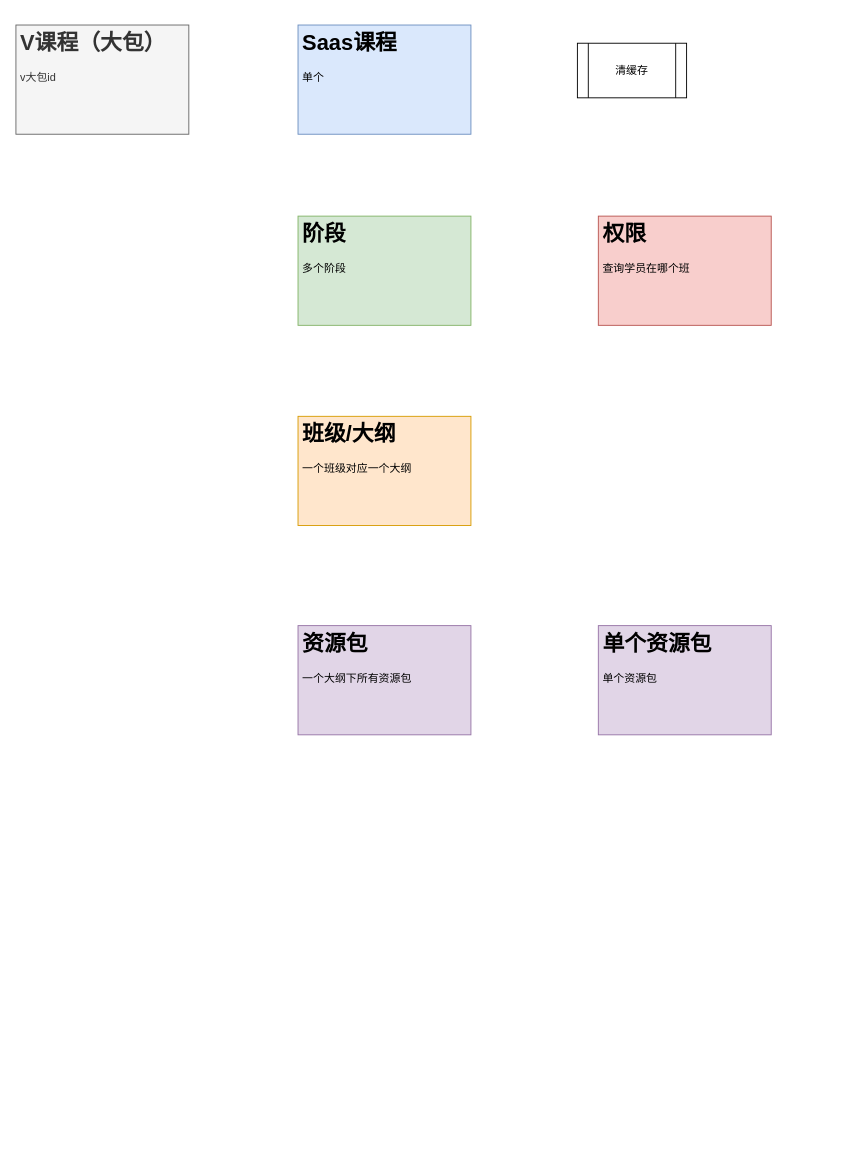
Before: Untitled Diagram.drawio in haiyanqi/frontTechnology_BaiDu_Yan, a draw.io diagram. Source tidied: cells renumbered, new cells numbered last; positions are measured from the earlier drawing's top-left corner, leaving out a move shared by most shapes. Both pictures are drawn from the tidied source at 91%, with x=0, y=0 at pixel (15, 25).
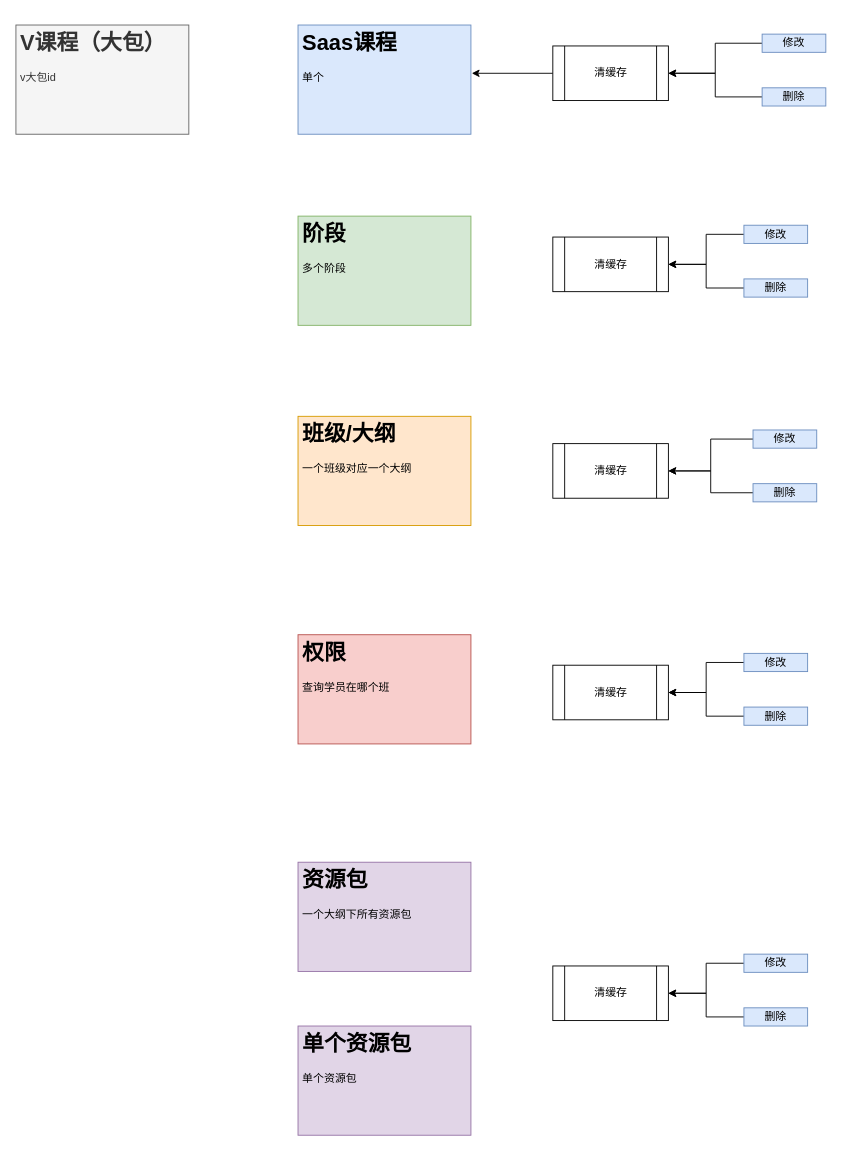
The same page after the edit.

The change refers to these unchanged cells:
```xml
<mxCell id="3" value="&lt;h1&gt;Saas课程&lt;/h1&gt;&lt;p&gt;单个&lt;/p&gt;" style="text;html=1;strokeColor=#6c8ebf;fillColor=#dae8fc;spacing=5;spacingTop=-20;whiteSpace=wrap;overflow=hidden;rounded=0;" parent="1" vertex="1">
  <mxGeometry x="310" width="190" height="120" as="geometry" />
</mxCell>
```

What changed in the source:
```diff
@@
     <mxCell id="6" value="&lt;h1&gt;权限&lt;/h1&gt;&lt;p&gt;查询学员在哪个班&lt;/p&gt;" style="text;html=1;strokeColor=#b85450;fillColor=#f8cecc;spacing=5;spacingTop=-20;whiteSpace=wrap;overflow=hidden;rounded=0;" parent="1" vertex="1">
-      <mxGeometry x="640" y="210" width="190" height="120" as="geometry" />
+      <mxGeometry x="310" y="670" width="190" height="120" as="geometry" />
     </mxCell>
     <mxCell id="7" value="&lt;h1&gt;资源包&lt;/h1&gt;&lt;p&gt;一个大纲下所有资源包&lt;/p&gt;" style="text;html=1;strokeColor=#9673a6;fillColor=#e1d5e7;spacing=5;spacingTop=-20;whiteSpace=wrap;overflow=hidden;rounded=0;" parent="1" vertex="1">
-      <mxGeometry x="310" y="660" width="190" height="120" as="geometry" />
+      <mxGeometry x="310" y="920" width="190" height="120" as="geometry" />
     </mxCell>
     <mxCell id="8" value="&lt;h1&gt;单个资源包&lt;/h1&gt;&lt;p&gt;单个资源包&lt;/p&gt;" style="text;html=1;strokeColor=#9673a6;fillColor=#e1d5e7;spacing=5;spacingTop=-20;whiteSpace=wrap;overflow=hidden;rounded=0;" parent="1" vertex="1">
-      <mxGeometry x="640" y="660" width="190" height="120" as="geometry" />
+      <mxGeometry x="310" y="1100" width="190" height="120" as="geometry" />
     </mxCell>
+    <mxCell id="10" style="edgeStyle=orthogonalEdgeStyle;rounded=0;jettySize=auto;html=1;entryX=1.005;entryY=0.442;entryDx=0;entryDy=0;entryPerimeter=0;" parent="1" edge="1" source="9" target="3">
+      <mxGeometry relative="1" as="geometry" />
+    </mxCell>
     <mxCell id="9" value="&lt;span&gt;清缓存&lt;/span&gt;" style="shape=process;whiteSpace=wrap;html=1;backgroundOutline=1;" parent="1" vertex="1">
-      <mxGeometry x="617" y="20" width="120" height="60" as="geometry" />
+      <mxGeometry x="590" y="23" width="127" height="60" as="geometry" />
     </mxCell>
+    <mxCell id="11" style="edgeStyle=orthogonalEdgeStyle;rounded=0;jettySize=auto;html=1;entryX=1;entryY=0.5;entryDx=0;entryDy=0;" parent="1" edge="1" source="12" target="9">
+      <mxGeometry relative="1" as="geometry" />
+    </mxCell>
+    <mxCell id="12" value="修改" style="text;html=1;strokeColor=#6c8ebf;fillColor=#dae8fc;align=center;verticalAlign=middle;whiteSpace=wrap;rounded=0;" parent="1" vertex="1">
+      <mxGeometry x="820" y="10" width="70" height="20" as="geometry" />
+    </mxCell>
+    <mxCell id="13" style="edgeStyle=orthogonalEdgeStyle;rounded=0;jettySize=auto;html=1;entryX=1;entryY=0.5;entryDx=0;entryDy=0;" parent="1" edge="1" source="14" target="9">
+      <mxGeometry relative="1" as="geometry" />
+    </mxCell>
+    <mxCell id="14" value="删除" style="text;html=1;strokeColor=#6c8ebf;fillColor=#dae8fc;align=center;verticalAlign=middle;whiteSpace=wrap;rounded=0;" parent="1" vertex="1">
+      <mxGeometry x="820" y="69" width="70" height="20" as="geometry" />
+    </mxCell>
+    <mxCell id="15" value="&lt;span&gt;清缓存&lt;/span&gt;" style="shape=process;whiteSpace=wrap;html=1;backgroundOutline=1;" parent="1" vertex="1">
+      <mxGeometry x="590" y="233" width="127" height="60" as="geometry" />
+    </mxCell>
+    <mxCell id="16" style="edgeStyle=orthogonalEdgeStyle;rounded=0;jettySize=auto;html=1;entryX=1;entryY=0.5;entryDx=0;entryDy=0;" parent="1" edge="1" source="17" target="15">
+      <mxGeometry relative="1" as="geometry" />
+    </mxCell>
+    <mxCell id="17" value="修改" style="text;html=1;strokeColor=#6c8ebf;fillColor=#dae8fc;align=center;verticalAlign=middle;whiteSpace=wrap;rounded=0;" parent="1" vertex="1">
+      <mxGeometry x="800" y="220" width="70" height="20" as="geometry" />
+    </mxCell>
+    <mxCell id="18" style="edgeStyle=orthogonalEdgeStyle;rounded=0;jettySize=auto;html=1;entryX=1;entryY=0.5;entryDx=0;entryDy=0;" parent="1" edge="1" source="19" target="15">
+      <mxGeometry relative="1" as="geometry" />
+    </mxCell>
+    <mxCell id="19" value="删除" style="text;html=1;strokeColor=#6c8ebf;fillColor=#dae8fc;align=center;verticalAlign=middle;whiteSpace=wrap;rounded=0;" parent="1" vertex="1">
+      <mxGeometry x="800" y="279" width="70" height="20" as="geometry" />
+    </mxCell>
+    <mxCell id="20" value="&lt;span&gt;清缓存&lt;/span&gt;" style="shape=process;whiteSpace=wrap;html=1;backgroundOutline=1;" parent="1" vertex="1">
+      <mxGeometry x="590" y="460" width="127" height="60" as="geometry" />
+    </mxCell>
+    <mxCell id="21" style="edgeStyle=orthogonalEdgeStyle;rounded=0;jettySize=auto;html=1;entryX=1;entryY=0.5;entryDx=0;entryDy=0;" parent="1" edge="1" source="22" target="20">
+      <mxGeometry relative="1" as="geometry" />
+    </mxCell>
+    <mxCell id="22" value="修改" style="text;html=1;strokeColor=#6c8ebf;fillColor=#dae8fc;align=center;verticalAlign=middle;whiteSpace=wrap;rounded=0;" parent="1" vertex="1">
+      <mxGeometry x="810" y="445" width="70" height="20" as="geometry" />
+    </mxCell>
+    <mxCell id="23" style="edgeStyle=orthogonalEdgeStyle;rounded=0;jettySize=auto;html=1;entryX=1;entryY=0.5;entryDx=0;entryDy=0;" parent="1" edge="1" source="24" target="20">
+      <mxGeometry relative="1" as="geometry" />
+    </mxCell>
+    <mxCell id="24" value="删除" style="text;html=1;strokeColor=#6c8ebf;fillColor=#dae8fc;align=center;verticalAlign=middle;whiteSpace=wrap;rounded=0;" parent="1" vertex="1">
+      <mxGeometry x="810" y="504" width="70" height="20" as="geometry" />
+    </mxCell>
+    <mxCell id="25" value="&lt;span&gt;清缓存&lt;/span&gt;" style="shape=process;whiteSpace=wrap;html=1;backgroundOutline=1;" parent="1" vertex="1">
+      <mxGeometry x="590" y="703.5" width="127" height="60" as="geometry" />
+    </mxCell>
+    <mxCell id="26" style="edgeStyle=orthogonalEdgeStyle;rounded=0;jettySize=auto;html=1;entryX=1;entryY=0.5;entryDx=0;entryDy=0;" parent="1" edge="1" source="27" target="25">
+      <mxGeometry relative="1" as="geometry" />
+    </mxCell>
+    <mxCell id="27" value="修改" style="text;html=1;strokeColor=#6c8ebf;fillColor=#dae8fc;align=center;verticalAlign=middle;whiteSpace=wrap;rounded=0;" parent="1" vertex="1">
+      <mxGeometry x="800" y="690.5" width="70" height="20" as="geometry" />
+    </mxCell>
+    <mxCell id="28" style="edgeStyle=orthogonalEdgeStyle;rounded=0;jettySize=auto;html=1;entryX=1;entryY=0.5;entryDx=0;entryDy=0;" parent="1" edge="1" source="29" target="25">
+      <mxGeometry relative="1" as="geometry" />
+    </mxCell>
+    <mxCell id="29" value="删除" style="text;html=1;strokeColor=#6c8ebf;fillColor=#dae8fc;align=center;verticalAlign=middle;whiteSpace=wrap;rounded=0;" parent="1" vertex="1">
+      <mxGeometry x="800" y="749.5" width="70" height="20" as="geometry" />
+    </mxCell>
+    <mxCell id="30" value="&lt;span&gt;清缓存&lt;/span&gt;" style="shape=process;whiteSpace=wrap;html=1;backgroundOutline=1;" parent="1" vertex="1">
+      <mxGeometry x="590" y="1034" width="127" height="60" as="geometry" />
+    </mxCell>
+    <mxCell id="31" style="edgeStyle=orthogonalEdgeStyle;rounded=0;jettySize=auto;html=1;entryX=1;entryY=0.5;entryDx=0;entryDy=0;" parent="1" edge="1" source="32" target="30">
+      <mxGeometry relative="1" as="geometry" />
+    </mxCell>
+    <mxCell id="32" value="修改" style="text;html=1;strokeColor=#6c8ebf;fillColor=#dae8fc;align=center;verticalAlign=middle;whiteSpace=wrap;rounded=0;" parent="1" vertex="1">
+      <mxGeometry x="800" y="1021" width="70" height="20" as="geometry" />
+    </mxCell>
+    <mxCell id="33" style="edgeStyle=orthogonalEdgeStyle;rounded=0;jettySize=auto;html=1;entryX=1;entryY=0.5;entryDx=0;entryDy=0;" parent="1" edge="1" source="34" target="30">
+      <mxGeometry relative="1" as="geometry" />
+    </mxCell>
+    <mxCell id="34" value="删除" style="text;html=1;strokeColor=#6c8ebf;fillColor=#dae8fc;align=center;verticalAlign=middle;whiteSpace=wrap;rounded=0;" parent="1" vertex="1">
+      <mxGeometry x="800" y="1080" width="70" height="20" as="geometry" />
+    </mxCell>
```
